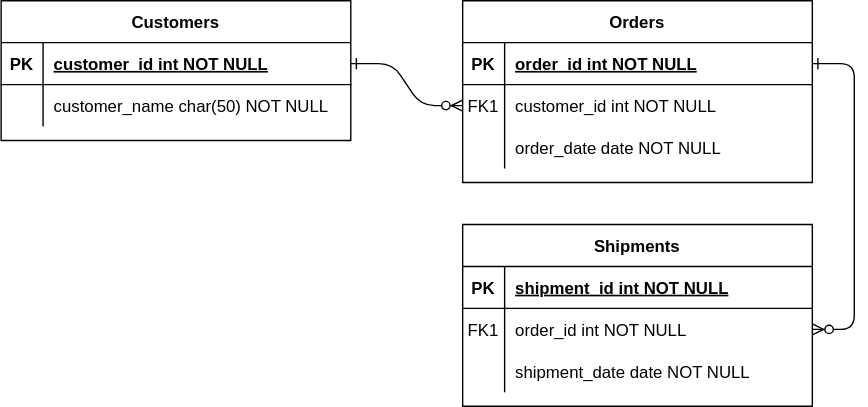
This is document/project-board-erd.svg from wnsgur0504/boot-project, a draw.io export, as it was before one commit. Source tidied: cells renumbered, new cells last; positions are measured from the earlier drawing's top-left corner, leaving out a move shared by most shapes. Source of this version:
```xml
<mxGraphModel>
  <root>
    <mxCell id="0" />
    <mxCell id="1" parent="0" />
    <mxCell id="2" style="edgeStyle=entityRelationEdgeStyle;endArrow=ERzeroToMany;startArrow=ERone;endFill=1;startFill=0;" parent="1" edge="1" source="25" target="8">
      <mxGeometry relative="1" as="geometry" />
    </mxCell>
    <mxCell id="3" style="edgeStyle=entityRelationEdgeStyle;endArrow=ERzeroToMany;startArrow=ERone;endFill=1;startFill=0;" parent="1" edge="1" source="5" target="18">
      <mxGeometry relative="1" as="geometry" />
    </mxCell>
    <mxCell id="4" value="Orders" style="shape=table;startSize=30;rowLines=0;fontStyle=1;align=center;" parent="1" vertex="1">
      <mxGeometry x="330" width="250" height="130" as="geometry" />
    </mxCell>
    <mxCell id="5" style="shape=partialRectangle;fillColor=none;points=[[0,0.5],[1,0.5]];portConstraint=eastwest;top=0;left=0;right=0;bottom=1;" parent="4" vertex="1">
      <mxGeometry y="30" width="250" height="30" as="geometry" />
    </mxCell>
    <mxCell id="6" value="PK" style="shape=partialRectangle;overflow=hidden;fillColor=none;top=0;left=0;bottom=0;right=0;fontStyle=1;" parent="5" vertex="1">
      <mxGeometry width="30" height="30" as="geometry" />
    </mxCell>
    <mxCell id="7" value="order_id int NOT NULL " style="shape=partialRectangle;overflow=hidden;fillColor=none;top=0;left=0;bottom=0;right=0;align=left;spacingLeft=6;fontStyle=5;" parent="5" vertex="1">
      <mxGeometry x="30" width="220" height="30" as="geometry" />
    </mxCell>
    <mxCell id="8" style="shape=partialRectangle;fillColor=none;points=[[0,0.5],[1,0.5]];portConstraint=eastwest;top=0;left=0;right=0;bottom=0;" parent="4" vertex="1">
      <mxGeometry y="60" width="250" height="30" as="geometry" />
    </mxCell>
    <mxCell id="9" value="FK1" style="shape=partialRectangle;overflow=hidden;fillColor=none;top=0;left=0;bottom=0;right=0;" parent="8" vertex="1">
      <mxGeometry width="30" height="30" as="geometry" />
    </mxCell>
    <mxCell id="10" value="customer_id int NOT NULL" style="shape=partialRectangle;overflow=hidden;fillColor=none;top=0;left=0;bottom=0;right=0;align=left;spacingLeft=6;" parent="8" vertex="1">
      <mxGeometry x="30" width="220" height="30" as="geometry" />
    </mxCell>
    <mxCell id="11" style="shape=partialRectangle;fillColor=none;top=0;left=0;right=0;bottom=0;" parent="4" vertex="1">
      <mxGeometry y="90" width="250" height="30" as="geometry" />
    </mxCell>
    <mxCell id="12" style="shape=partialRectangle;overflow=hidden;fillColor=none;top=0;left=0;bottom=0;right=0;" parent="11" vertex="1">
      <mxGeometry width="30" height="30" as="geometry" />
    </mxCell>
    <mxCell id="13" value="order_date date NOT NULL" style="shape=partialRectangle;overflow=hidden;fillColor=none;top=0;left=0;bottom=0;right=0;align=left;spacingLeft=6;" parent="11" vertex="1">
      <mxGeometry x="30" width="220" height="30" as="geometry" />
    </mxCell>
    <mxCell id="14" value="Shipments" style="shape=table;startSize=30;rowLines=0;fontStyle=1;align=center;" parent="1" vertex="1">
      <mxGeometry x="330" y="160" width="250" height="130" as="geometry" />
    </mxCell>
    <mxCell id="15" style="shape=partialRectangle;fillColor=none;top=0;left=0;right=0;bottom=1;" parent="14" vertex="1">
      <mxGeometry y="30" width="250" height="30" as="geometry" />
    </mxCell>
    <mxCell id="16" value="PK" style="shape=partialRectangle;overflow=hidden;fillColor=none;top=0;left=0;bottom=0;right=0;fontStyle=1;" parent="15" vertex="1">
      <mxGeometry width="30" height="30" as="geometry" />
    </mxCell>
    <mxCell id="17" value="shipment_id int NOT NULL " style="shape=partialRectangle;overflow=hidden;fillColor=none;top=0;left=0;bottom=0;right=0;align=left;spacingLeft=6;fontStyle=5;" parent="15" vertex="1">
      <mxGeometry x="30" width="220" height="30" as="geometry" />
    </mxCell>
    <mxCell id="18" style="shape=partialRectangle;fillColor=none;points=[[0,0.5],[1,0.5]];portConstraint=eastwest;top=0;left=0;right=0;bottom=0;" parent="14" vertex="1">
      <mxGeometry y="60" width="250" height="30" as="geometry" />
    </mxCell>
    <mxCell id="19" value="FK1" style="shape=partialRectangle;overflow=hidden;fillColor=none;top=0;left=0;bottom=0;right=0;" parent="18" vertex="1">
      <mxGeometry width="30" height="30" as="geometry" />
    </mxCell>
    <mxCell id="20" value="order_id int NOT NULL" style="shape=partialRectangle;overflow=hidden;fillColor=none;top=0;left=0;bottom=0;right=0;align=left;spacingLeft=6;" parent="18" vertex="1">
      <mxGeometry x="30" width="220" height="30" as="geometry" />
    </mxCell>
    <mxCell id="21" style="shape=partialRectangle;fillColor=none;top=0;left=0;right=0;bottom=0;" parent="14" vertex="1">
      <mxGeometry y="90" width="250" height="30" as="geometry" />
    </mxCell>
    <mxCell id="22" style="shape=partialRectangle;overflow=hidden;fillColor=none;top=0;left=0;bottom=0;right=0;" parent="21" vertex="1">
      <mxGeometry width="30" height="30" as="geometry" />
    </mxCell>
    <mxCell id="23" value="shipment_date date NOT NULL" style="shape=partialRectangle;overflow=hidden;fillColor=none;top=0;left=0;bottom=0;right=0;align=left;spacingLeft=6;" parent="21" vertex="1">
      <mxGeometry x="30" width="220" height="30" as="geometry" />
    </mxCell>
    <mxCell id="24" value="Customers" style="shape=table;startSize=30;rowLines=0;fontStyle=1;align=center;" parent="1" vertex="1">
      <mxGeometry width="250" height="100" as="geometry" />
    </mxCell>
    <mxCell id="25" style="shape=partialRectangle;fillColor=none;points=[[0,0.5],[1,0.5]];portConstraint=eastwest;top=0;left=0;right=0;bottom=1;" parent="24" vertex="1">
      <mxGeometry y="30" width="250" height="30" as="geometry" />
    </mxCell>
    <mxCell id="26" value="PK" style="shape=partialRectangle;overflow=hidden;fillColor=none;top=0;left=0;bottom=0;right=0;fontStyle=1;" parent="25" vertex="1">
      <mxGeometry width="30" height="30" as="geometry" />
    </mxCell>
    <mxCell id="27" value="customer_id int NOT NULL " style="shape=partialRectangle;overflow=hidden;fillColor=none;top=0;left=0;bottom=0;right=0;align=left;spacingLeft=6;fontStyle=5;" parent="25" vertex="1">
      <mxGeometry x="30" width="220" height="30" as="geometry" />
    </mxCell>
    <mxCell id="28" style="shape=partialRectangle;fillColor=none;top=0;left=0;right=0;bottom=0;" parent="24" vertex="1">
      <mxGeometry y="60" width="250" height="30" as="geometry" />
    </mxCell>
    <mxCell id="29" style="shape=partialRectangle;overflow=hidden;fillColor=none;top=0;left=0;bottom=0;right=0;" parent="28" vertex="1">
      <mxGeometry width="30" height="30" as="geometry" />
    </mxCell>
    <mxCell id="30" value="customer_name char(50) NOT NULL" style="shape=partialRectangle;overflow=hidden;fillColor=none;top=0;left=0;bottom=0;right=0;align=left;spacingLeft=6;" parent="28" vertex="1">
      <mxGeometry x="30" width="220" height="30" as="geometry" />
    </mxCell>
  </root>
</mxGraphModel>
```
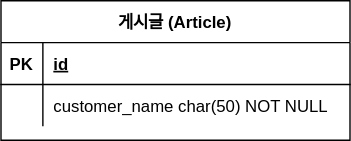
The same file after the commit.

What changed in the source:
```diff
@@ -2,73 +2,7 @@
   <root>
     <mxCell id="0" />
     <mxCell id="1" parent="0" />
-    <mxCell id="2" style="edgeStyle=entityRelationEdgeStyle;endArrow=ERzeroToMany;startArrow=ERone;endFill=1;startFill=0;" parent="1" edge="1" source="25" target="8">
-      <mxGeometry relative="1" as="geometry" />
-    </mxCell>
-    <mxCell id="3" style="edgeStyle=entityRelationEdgeStyle;endArrow=ERzeroToMany;startArrow=ERone;endFill=1;startFill=0;" parent="1" edge="1" source="5" target="18">
-      <mxGeometry relative="1" as="geometry" />
-    </mxCell>
-    <mxCell id="4" value="Orders" style="shape=table;startSize=30;rowLines=0;fontStyle=1;align=center;" parent="1" vertex="1">
-      <mxGeometry x="330" width="250" height="130" as="geometry" />
-    </mxCell>
-    <mxCell id="5" style="shape=partialRectangle;fillColor=none;points=[[0,0.5],[1,0.5]];portConstraint=eastwest;top=0;left=0;right=0;bottom=1;" parent="4" vertex="1">
-      <mxGeometry y="30" width="250" height="30" as="geometry" />
-    </mxCell>
-    <mxCell id="6" value="PK" style="shape=partialRectangle;overflow=hidden;fillColor=none;top=0;left=0;bottom=0;right=0;fontStyle=1;" parent="5" vertex="1">
-      <mxGeometry width="30" height="30" as="geometry" />
-    </mxCell>
-    <mxCell id="7" value="order_id int NOT NULL " style="shape=partialRectangle;overflow=hidden;fillColor=none;top=0;left=0;bottom=0;right=0;align=left;spacingLeft=6;fontStyle=5;" parent="5" vertex="1">
-      <mxGeometry x="30" width="220" height="30" as="geometry" />
-    </mxCell>
-    <mxCell id="8" style="shape=partialRectangle;fillColor=none;points=[[0,0.5],[1,0.5]];portConstraint=eastwest;top=0;left=0;right=0;bottom=0;" parent="4" vertex="1">
-      <mxGeometry y="60" width="250" height="30" as="geometry" />
-    </mxCell>
-    <mxCell id="9" value="FK1" style="shape=partialRectangle;overflow=hidden;fillColor=none;top=0;left=0;bottom=0;right=0;" parent="8" vertex="1">
-      <mxGeometry width="30" height="30" as="geometry" />
-    </mxCell>
-    <mxCell id="10" value="customer_id int NOT NULL" style="shape=partialRectangle;overflow=hidden;fillColor=none;top=0;left=0;bottom=0;right=0;align=left;spacingLeft=6;" parent="8" vertex="1">
-      <mxGeometry x="30" width="220" height="30" as="geometry" />
-    </mxCell>
-    <mxCell id="11" style="shape=partialRectangle;fillColor=none;top=0;left=0;right=0;bottom=0;" parent="4" vertex="1">
-      <mxGeometry y="90" width="250" height="30" as="geometry" />
-    </mxCell>
-    <mxCell id="12" style="shape=partialRectangle;overflow=hidden;fillColor=none;top=0;left=0;bottom=0;right=0;" parent="11" vertex="1">
-      <mxGeometry width="30" height="30" as="geometry" />
-    </mxCell>
-    <mxCell id="13" value="order_date date NOT NULL" style="shape=partialRectangle;overflow=hidden;fillColor=none;top=0;left=0;bottom=0;right=0;align=left;spacingLeft=6;" parent="11" vertex="1">
-      <mxGeometry x="30" width="220" height="30" as="geometry" />
-    </mxCell>
-    <mxCell id="14" value="Shipments" style="shape=table;startSize=30;rowLines=0;fontStyle=1;align=center;" parent="1" vertex="1">
-      <mxGeometry x="330" y="160" width="250" height="130" as="geometry" />
-    </mxCell>
-    <mxCell id="15" style="shape=partialRectangle;fillColor=none;top=0;left=0;right=0;bottom=1;" parent="14" vertex="1">
-      <mxGeometry y="30" width="250" height="30" as="geometry" />
-    </mxCell>
-    <mxCell id="16" value="PK" style="shape=partialRectangle;overflow=hidden;fillColor=none;top=0;left=0;bottom=0;right=0;fontStyle=1;" parent="15" vertex="1">
-      <mxGeometry width="30" height="30" as="geometry" />
-    </mxCell>
-    <mxCell id="17" value="shipment_id int NOT NULL " style="shape=partialRectangle;overflow=hidden;fillColor=none;top=0;left=0;bottom=0;right=0;align=left;spacingLeft=6;fontStyle=5;" parent="15" vertex="1">
-      <mxGeometry x="30" width="220" height="30" as="geometry" />
-    </mxCell>
-    <mxCell id="18" style="shape=partialRectangle;fillColor=none;points=[[0,0.5],[1,0.5]];portConstraint=eastwest;top=0;left=0;right=0;bottom=0;" parent="14" vertex="1">
-      <mxGeometry y="60" width="250" height="30" as="geometry" />
-    </mxCell>
-    <mxCell id="19" value="FK1" style="shape=partialRectangle;overflow=hidden;fillColor=none;top=0;left=0;bottom=0;right=0;" parent="18" vertex="1">
-      <mxGeometry width="30" height="30" as="geometry" />
-    </mxCell>
-    <mxCell id="20" value="order_id int NOT NULL" style="shape=partialRectangle;overflow=hidden;fillColor=none;top=0;left=0;bottom=0;right=0;align=left;spacingLeft=6;" parent="18" vertex="1">
-      <mxGeometry x="30" width="220" height="30" as="geometry" />
-    </mxCell>
-    <mxCell id="21" style="shape=partialRectangle;fillColor=none;top=0;left=0;right=0;bottom=0;" parent="14" vertex="1">
-      <mxGeometry y="90" width="250" height="30" as="geometry" />
-    </mxCell>
-    <mxCell id="22" style="shape=partialRectangle;overflow=hidden;fillColor=none;top=0;left=0;bottom=0;right=0;" parent="21" vertex="1">
-      <mxGeometry width="30" height="30" as="geometry" />
-    </mxCell>
-    <mxCell id="23" value="shipment_date date NOT NULL" style="shape=partialRectangle;overflow=hidden;fillColor=none;top=0;left=0;bottom=0;right=0;align=left;spacingLeft=6;" parent="21" vertex="1">
-      <mxGeometry x="30" width="220" height="30" as="geometry" />
-    </mxCell>
-    <mxCell id="24" value="Customers" style="shape=table;startSize=30;rowLines=0;fontStyle=1;align=center;" parent="1" vertex="1">
+    <mxCell id="24" value="게시글 (Article)" style="shape=table;startSize=30;rowLines=0;fontStyle=1;align=center;" parent="1" vertex="1">
       <mxGeometry width="250" height="100" as="geometry" />
     </mxCell>
     <mxCell id="25" style="shape=partialRectangle;fillColor=none;points=[[0,0.5],[1,0.5]];portConstraint=eastwest;top=0;left=0;right=0;bottom=1;" parent="24" vertex="1">
@@ -77,7 +11,7 @@
     <mxCell id="26" value="PK" style="shape=partialRectangle;overflow=hidden;fillColor=none;top=0;left=0;bottom=0;right=0;fontStyle=1;" parent="25" vertex="1">
       <mxGeometry width="30" height="30" as="geometry" />
     </mxCell>
-    <mxCell id="27" value="customer_id int NOT NULL " style="shape=partialRectangle;overflow=hidden;fillColor=none;top=0;left=0;bottom=0;right=0;align=left;spacingLeft=6;fontStyle=5;" parent="25" vertex="1">
+    <mxCell id="27" value="id" style="shape=partialRectangle;overflow=hidden;fillColor=none;top=0;left=0;bottom=0;right=0;align=left;spacingLeft=6;fontStyle=5;" parent="25" vertex="1">
       <mxGeometry x="30" width="220" height="30" as="geometry" />
     </mxCell>
     <mxCell id="28" style="shape=partialRectangle;fillColor=none;top=0;left=0;right=0;bottom=0;" parent="24" vertex="1">
```
